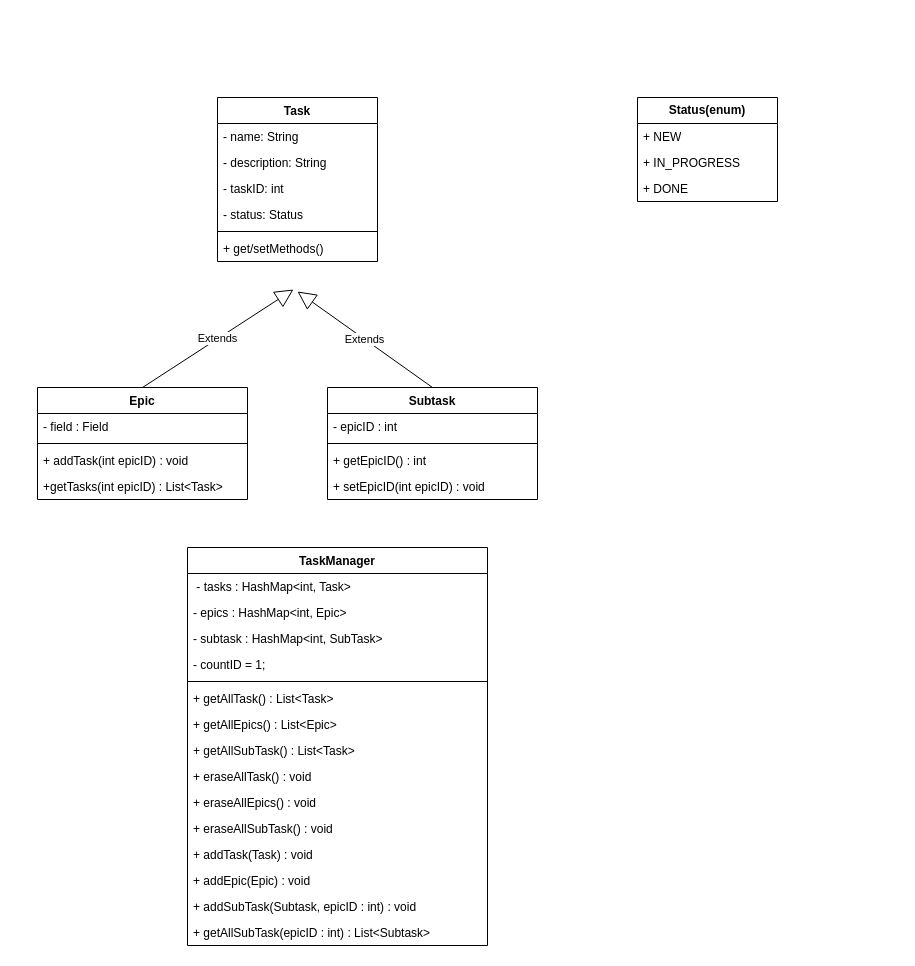
Clim-Chugunkin/java-kanban keeps this draw.io diagram as page "UML" (1 of 2) of UML.drawio. Above is the earlier version. Source tidied: cells renumbered, new cells numbered last; positions are measured from the earlier drawing's top-left corner, leaving out a move shared by most shapes. Both pictures are drawn from the tidied source at 100%, with x=0, y=0 at pixel (37, 97).
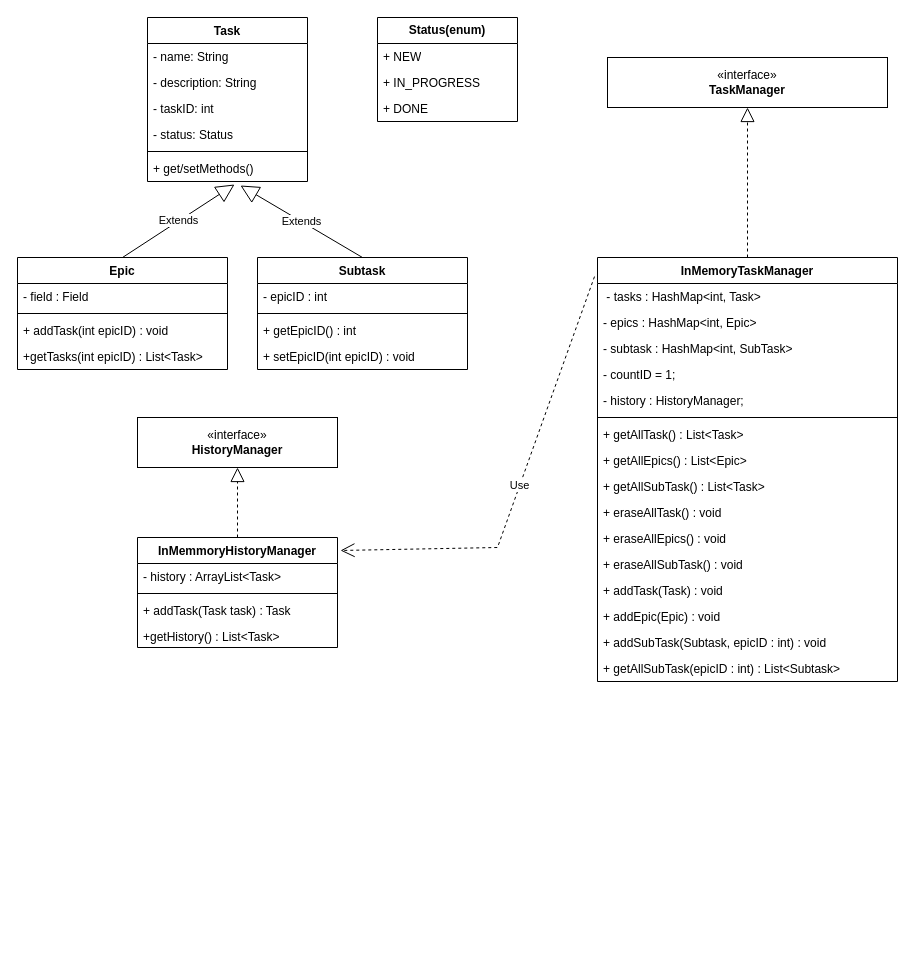
After the change.

The change refers to these unchanged cells:
```xml
<mxCell id="8" value="+ get/setMethods()" style="text;strokeColor=none;fillColor=none;align=left;verticalAlign=top;spacingLeft=4;spacingRight=4;overflow=hidden;points=[[0,0.5],[1,0.5]];portConstraint=eastwest;whiteSpace=wrap;html=1;" parent="2" vertex="1">
  <mxGeometry y="138" width="160" height="26" as="geometry" />
</mxCell>
```

Change to the diagram source:
```diff
@@
     <mxCell id="2" value="Task" style="swimlane;fontStyle=1;align=center;verticalAlign=top;horizontal=1;startSize=26;whiteSpace=wrap;html=1;" parent="1" vertex="1">
-      <mxGeometry x="180" width="160" height="164" as="geometry" />
+      <mxGeometry x="110" y="-80" width="160" height="164" as="geometry" />
     </mxCell>
@@
     <mxCell id="9" value="Status(enum)" style="swimlane;fontStyle=1;horizontal=1;startSize=26;fillColor=none;whiteSpace=wrap;html=1;" parent="1" vertex="1">
-      <mxGeometry x="600" width="140" height="104" as="geometry" />
+      <mxGeometry x="340" y="-80" width="140" height="104" as="geometry" />
     </mxCell>
@@
     <mxCell id="13" value="Epic" style="swimlane;fontStyle=1;align=center;verticalAlign=top;horizontal=1;startSize=26;whiteSpace=wrap;html=1;" parent="1" vertex="1">
-      <mxGeometry y="290" width="210" height="112" as="geometry" />
+      <mxGeometry x="-20" y="160" width="210" height="112" as="geometry" />
     </mxCell>
@@
-    <mxCell id="18" value="Extends" style="endArrow=block;endSize=16;endFill=0;html=1;rounded=0;exitX=0.5;exitY=0;exitDx=0;exitDy=0;entryX=0.475;entryY=1.077;entryDx=0;entryDy=0;entryPerimeter=0;" parent="1" edge="1" source="13">
-      <mxGeometry relative="1" as="geometry">
-        <mxPoint x="256" y="192" as="targetPoint" />
-      </mxGeometry>
+    <mxCell id="18" value="Extends" style="endArrow=block;endSize=16;endFill=0;html=1;rounded=0;exitX=0.5;exitY=0;exitDx=0;exitDy=0;entryX=0.544;entryY=1.115;entryDx=0;entryDy=0;entryPerimeter=0;" parent="1" edge="1" source="13" target="8">
+      <mxGeometry relative="1" as="geometry" />
     </mxCell>
-    <mxCell id="19" value="TaskManager" style="swimlane;fontStyle=1;align=center;verticalAlign=top;horizontal=1;startSize=26;whiteSpace=wrap;html=1;" parent="1" vertex="1">
-      <mxGeometry x="150" y="450" width="300" height="398" as="geometry" />
+    <mxCell id="19" value="InMemoryTaskManager" style="swimlane;fontStyle=1;align=center;verticalAlign=top;horizontal=1;startSize=26;whiteSpace=wrap;html=1;" parent="1" vertex="1">
+      <mxGeometry x="560" y="160" width="300" height="424" as="geometry" />
     </mxCell>
@@
+    <mxCell id="41" value="- history : HistoryManager;" style="text;strokeColor=none;fillColor=none;align=left;verticalAlign=top;spacingLeft=4;spacingRight=4;overflow=hidden;whiteSpace=wrap;html=1;" parent="19" vertex="1">
+      <mxGeometry y="130" width="300" height="26" as="geometry" />
+    </mxCell>
     <mxCell id="24" style="line;strokeWidth=1;fillColor=none;align=left;verticalAlign=middle;spacingTop=-1;spacingLeft=3;spacingRight=3;labelPosition=right;strokeColor=inherit;" parent="19" vertex="1">
-      <mxGeometry y="130" width="300" height="8" as="geometry" />
+      <mxGeometry y="156" width="300" height="8" as="geometry" />
     </mxCell>
     <mxCell id="25" value="+ getAllTask() : List&amp;lt;Task&amp;gt;" style="text;strokeColor=none;fillColor=none;align=left;verticalAlign=top;spacingLeft=4;spacingRight=4;overflow=hidden;whiteSpace=wrap;html=1;" parent="19" vertex="1">
-      <mxGeometry y="138" width="300" height="26" as="geometry" />
+      <mxGeometry y="164" width="300" height="26" as="geometry" />
     </mxCell>
     <mxCell id="26" value="+ getAllEpics() : List&amp;lt;Epic&amp;gt;" style="text;strokeColor=none;fillColor=none;align=left;verticalAlign=top;spacingLeft=4;spacingRight=4;overflow=hidden;whiteSpace=wrap;html=1;" parent="19" vertex="1">
-      <mxGeometry y="164" width="300" height="26" as="geometry" />
+      <mxGeometry y="190" width="300" height="26" as="geometry" />
     </mxCell>
     <mxCell id="27" value="+ getAllSubTask() : List&amp;lt;Task&amp;gt;&amp;nbsp;" style="text;strokeColor=none;fillColor=none;align=left;verticalAlign=top;spacingLeft=4;spacingRight=4;overflow=hidden;whiteSpace=wrap;html=1;" parent="19" vertex="1">
-      <mxGeometry y="190" width="300" height="26" as="geometry" />
+      <mxGeometry y="216" width="300" height="26" as="geometry" />
     </mxCell>
     <mxCell id="28" value="+ eraseAllTask() : void&amp;nbsp;" style="text;strokeColor=none;fillColor=none;align=left;verticalAlign=top;spacingLeft=4;spacingRight=4;overflow=hidden;whiteSpace=wrap;html=1;" parent="19" vertex="1">
-      <mxGeometry y="216" width="300" height="26" as="geometry" />
+      <mxGeometry y="242" width="300" height="26" as="geometry" />
     </mxCell>
     <mxCell id="29" value="+ eraseAllEpics() : void&amp;nbsp;" style="text;strokeColor=none;fillColor=none;align=left;verticalAlign=top;spacingLeft=4;spacingRight=4;overflow=hidden;whiteSpace=wrap;html=1;" parent="19" vertex="1">
-      <mxGeometry y="242" width="300" height="26" as="geometry" />
+      <mxGeometry y="268" width="300" height="26" as="geometry" />
     </mxCell>
     <mxCell id="30" value="+ eraseAllSubTask() : void&amp;nbsp;" style="text;strokeColor=none;fillColor=none;align=left;verticalAlign=top;spacingLeft=4;spacingRight=4;overflow=hidden;whiteSpace=wrap;html=1;" parent="19" vertex="1">
-      <mxGeometry y="268" width="300" height="26" as="geometry" />
+      <mxGeometry y="294" width="300" height="26" as="geometry" />
     </mxCell>
     <mxCell id="31" value="+ addTask(Task) : void&amp;nbsp;" style="text;strokeColor=none;fillColor=none;align=left;verticalAlign=top;spacingLeft=4;spacingRight=4;overflow=hidden;whiteSpace=wrap;html=1;" parent="19" vertex="1">
-      <mxGeometry y="294" width="300" height="26" as="geometry" />
+      <mxGeometry y="320" width="300" height="26" as="geometry" />
     </mxCell>
     <mxCell id="32" value="+ addEpic(Epic) : void&amp;nbsp;" style="text;strokeColor=none;fillColor=none;align=left;verticalAlign=top;spacingLeft=4;spacingRight=4;overflow=hidden;whiteSpace=wrap;html=1;" parent="19" vertex="1">
-      <mxGeometry y="320" width="300" height="26" as="geometry" />
+      <mxGeometry y="346" width="300" height="26" as="geometry" />
     </mxCell>
     <mxCell id="33" value="+ addSubTask(Subtask, epicID : int) : void&amp;nbsp;" style="text;strokeColor=none;fillColor=none;align=left;verticalAlign=top;spacingLeft=4;spacingRight=4;overflow=hidden;whiteSpace=wrap;html=1;" parent="19" vertex="1">
-      <mxGeometry y="346" width="300" height="26" as="geometry" />
+      <mxGeometry y="372" width="300" height="26" as="geometry" />
     </mxCell>
     <mxCell id="34" value="+ getAllSubTask(epicID : int) : List&amp;lt;Subtask&amp;gt;&amp;nbsp;" style="text;strokeColor=none;fillColor=none;align=left;verticalAlign=top;spacingLeft=4;spacingRight=4;overflow=hidden;whiteSpace=wrap;html=1;" parent="19" vertex="1">
-      <mxGeometry y="372" width="300" height="26" as="geometry" />
+      <mxGeometry y="398" width="300" height="26" as="geometry" />
     </mxCell>
     <mxCell id="35" value="Subtask" style="swimlane;fontStyle=1;align=center;verticalAlign=top;horizontal=1;startSize=26;whiteSpace=wrap;html=1;" parent="1" vertex="1">
-      <mxGeometry x="290" y="290" width="210" height="112" as="geometry" />
+      <mxGeometry x="220" y="160" width="210" height="112" as="geometry" />
     </mxCell>
@@
-    <mxCell id="40" value="Extends" style="endArrow=block;endSize=16;endFill=0;html=1;rounded=0;exitX=0.5;exitY=0;exitDx=0;exitDy=0;entryX=0.5;entryY=1.154;entryDx=0;entryDy=0;entryPerimeter=0;" parent="1" edge="1" source="35">
-      <mxGeometry relative="1" as="geometry">
-        <mxPoint x="260" y="194" as="targetPoint" />
-      </mxGeometry>
+    <mxCell id="40" value="Extends" style="endArrow=block;endSize=16;endFill=0;html=1;rounded=0;exitX=0.5;exitY=0;exitDx=0;exitDy=0;entryX=0.581;entryY=1.154;entryDx=0;entryDy=0;entryPerimeter=0;" parent="1" edge="1" source="35" target="8">
+      <mxGeometry relative="1" as="geometry" />
     </mxCell>
+    <mxCell id="42" value="«interface»&lt;br&gt;&lt;b&gt;TaskManager&lt;/b&gt;" style="html=1;whiteSpace=wrap;" parent="1" vertex="1">
+      <mxGeometry x="570" y="-40" width="280" height="50" as="geometry" />
+    </mxCell>
+    <mxCell id="43" style="endArrow=block;dashed=1;endFill=0;endSize=12;html=1;rounded=0;exitX=0.5;exitY=0;exitDx=0;exitDy=0;entryX=0.5;entryY=1;entryDx=0;entryDy=0;" parent="1" edge="1" source="19" target="42">
+      <mxGeometry relative="1" as="geometry" />
+    </mxCell>
+    <mxCell id="44" value="«interface»&lt;br&gt;&lt;b&gt;HistoryManager&lt;/b&gt;" style="html=1;whiteSpace=wrap;" parent="1" vertex="1">
+      <mxGeometry x="100" y="320" width="200" height="50" as="geometry" />
+    </mxCell>
+    <mxCell id="45" value="InMemmoryHistoryManager" style="swimlane;fontStyle=1;align=center;verticalAlign=top;horizontal=1;startSize=26;whiteSpace=wrap;html=1;" parent="1" vertex="1">
+      <mxGeometry x="100" y="440" width="200" height="110" as="geometry" />
+    </mxCell>
+    <mxCell id="46" value="- history : ArrayList&amp;lt;Task&amp;gt;" style="text;strokeColor=none;fillColor=none;align=left;verticalAlign=top;spacingLeft=4;spacingRight=4;overflow=hidden;whiteSpace=wrap;html=1;" parent="45" vertex="1">
+      <mxGeometry y="26" width="200" height="26" as="geometry" />
+    </mxCell>
+    <mxCell id="47" style="line;strokeWidth=1;fillColor=none;align=left;verticalAlign=middle;spacingTop=-1;spacingLeft=3;spacingRight=3;labelPosition=right;strokeColor=inherit;" parent="45" vertex="1">
+      <mxGeometry y="52" width="200" height="8" as="geometry" />
+    </mxCell>
+    <mxCell id="48" value="+ addTask(Task task) : Task" style="text;strokeColor=none;fillColor=none;align=left;verticalAlign=top;spacingLeft=4;spacingRight=4;overflow=hidden;whiteSpace=wrap;html=1;" parent="45" vertex="1">
+      <mxGeometry y="60" width="200" height="26" as="geometry" />
+    </mxCell>
+    <mxCell id="49" value="+getHistory() : List&amp;lt;Task&amp;gt;" style="text;strokeColor=none;fillColor=none;align=left;verticalAlign=top;spacingLeft=4;spacingRight=4;overflow=hidden;whiteSpace=wrap;html=1;" parent="45" vertex="1">
+      <mxGeometry y="86" width="200" height="24" as="geometry" />
+    </mxCell>
+    <mxCell id="50" style="endArrow=block;dashed=1;endFill=0;endSize=12;html=1;rounded=0;exitX=0.5;exitY=0;exitDx=0;exitDy=0;entryX=0.5;entryY=1;entryDx=0;entryDy=0;" parent="1" edge="1" source="45" target="44">
+      <mxGeometry relative="1" as="geometry" />
+    </mxCell>
+    <mxCell id="51" value="Use" style="endArrow=open;endSize=12;dashed=1;html=1;rounded=0;exitX=-0.01;exitY=0.045;exitDx=0;exitDy=0;exitPerimeter=0;entryX=1.015;entryY=0.118;entryDx=0;entryDy=0;entryPerimeter=0;" parent="1" edge="1" source="19" target="45">
+      <mxGeometry relative="1" as="geometry">
+        <Array as="points">
+          <mxPoint x="460" y="450" />
+        </Array>
+      </mxGeometry>
+    </mxCell>
```
